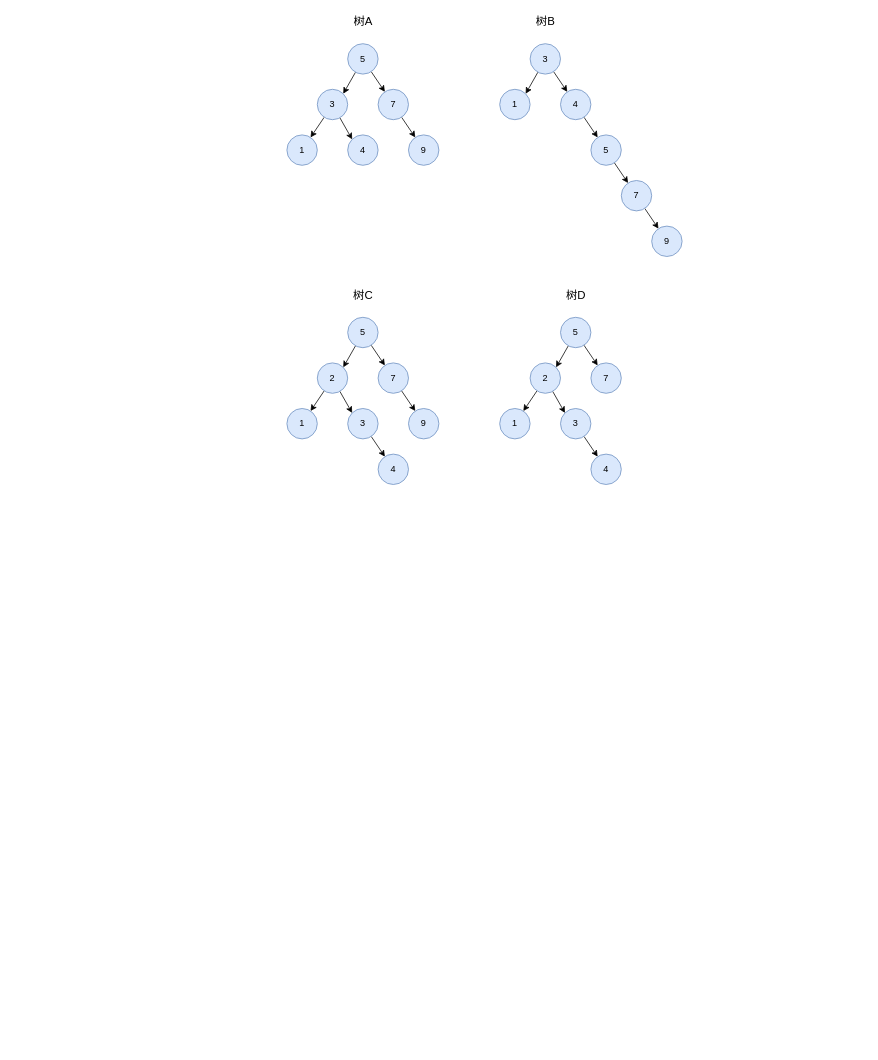
This is MySQL 的 B+Tree/MySQL 的 B+Tree.drawio from zero-97/picture-of-the-article, a draw.io file, before an edit. Source tidied: cells renumbered, new cells numbered last; positions are measured from the earlier drawing's top-left corner, leaving out a move shared by most shapes. Both pictures are drawn from the tidied source at 76%, with x=0, y=0 at pixel (287, 13).
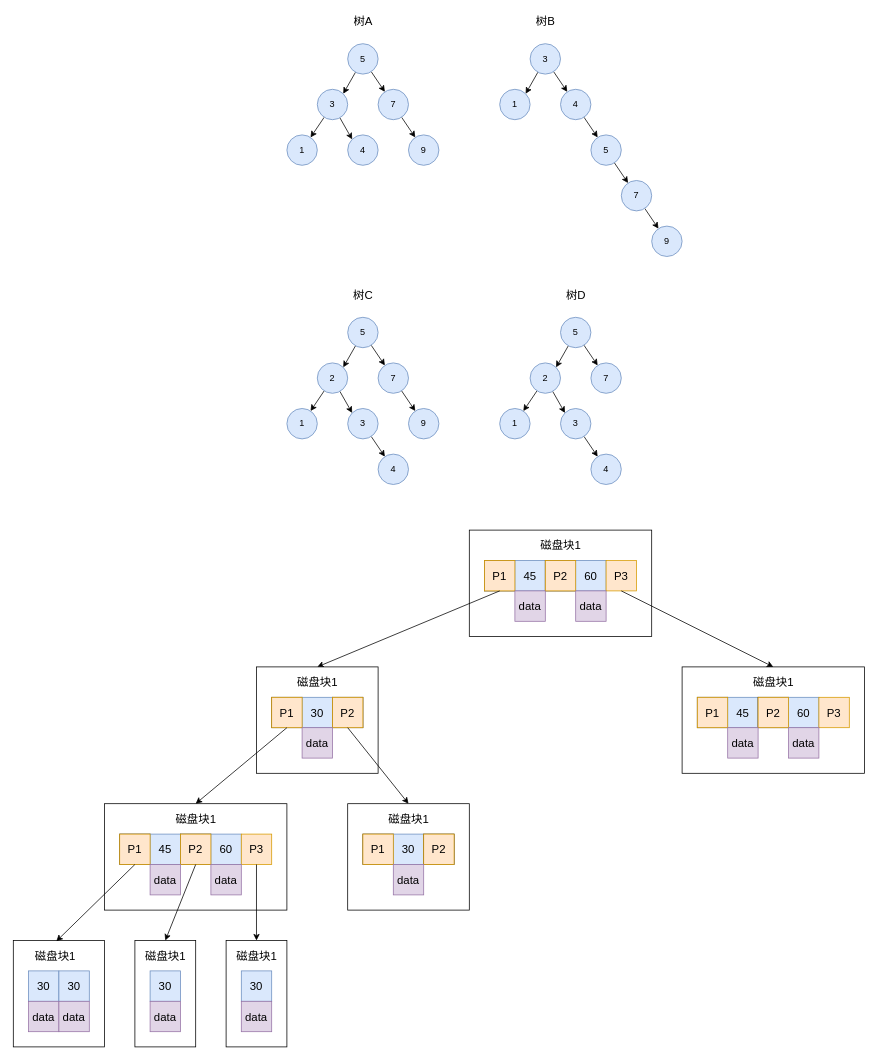
Above is the later version.

What changed in the source:
```diff
@@
+    <mxCell id="52" style="group;" parent="1" vertex="1">
+      <mxGeometry x="240" y="680" width="240" height="140" as="geometry" />
+    </mxCell>
+    <mxCell id="53" style="rounded=0;whiteSpace=wrap;html=1;fontSize=15;" parent="52" vertex="1">
+      <mxGeometry width="240" height="140" as="geometry" />
+    </mxCell>
+    <mxCell id="54" style="rounded=0;whiteSpace=wrap;html=1;fontSize=15;" parent="52" vertex="1">
+      <mxGeometry x="20" y="40" width="40" height="40" as="geometry" />
+    </mxCell>
+    <mxCell id="55" value="45" style="rounded=0;whiteSpace=wrap;html=1;fontSize=15;fillColor=#dae8fc;strokeColor=#6c8ebf;" parent="52" vertex="1">
+      <mxGeometry x="60" y="40" width="40" height="40" as="geometry" />
+    </mxCell>
+    <mxCell id="56" style="rounded=0;whiteSpace=wrap;html=1;fontSize=15;" parent="52" vertex="1">
+      <mxGeometry x="100" y="40" width="40" height="40" as="geometry" />
+    </mxCell>
+    <mxCell id="57" value="60" style="rounded=0;whiteSpace=wrap;html=1;fontSize=15;fillColor=#dae8fc;strokeColor=#6c8ebf;" parent="52" vertex="1">
+      <mxGeometry x="140" y="40" width="40" height="40" as="geometry" />
+    </mxCell>
+    <mxCell id="58" value="P3" style="rounded=0;whiteSpace=wrap;html=1;fontSize=15;fillColor=#ffe6cc;strokeColor=#d79b00;" parent="52" vertex="1">
+      <mxGeometry x="180" y="40" width="40" height="40" as="geometry" />
+    </mxCell>
+    <mxCell id="59" value="P1" style="rounded=0;whiteSpace=wrap;html=1;fontSize=15;fillColor=#ffe6cc;strokeColor=#d79b00;" parent="52" vertex="1">
+      <mxGeometry x="20" y="40" width="40" height="40" as="geometry" />
+    </mxCell>
+    <mxCell id="60" value="P2" style="rounded=0;whiteSpace=wrap;html=1;fontSize=15;fillColor=#ffe6cc;strokeColor=#d79b00;" parent="52" vertex="1">
+      <mxGeometry x="100" y="40" width="40" height="40" as="geometry" />
+    </mxCell>
+    <mxCell id="61" value="data" style="rounded=0;whiteSpace=wrap;html=1;fontSize=15;fillColor=#e1d5e7;strokeColor=#9673a6;" parent="52" vertex="1">
+      <mxGeometry x="140" y="80" width="40" height="40" as="geometry" />
+    </mxCell>
+    <mxCell id="62" value="data" style="rounded=0;whiteSpace=wrap;html=1;fontSize=15;fillColor=#e1d5e7;strokeColor=#9673a6;" parent="52" vertex="1">
+      <mxGeometry x="60" y="80" width="40" height="40" as="geometry" />
+    </mxCell>
+    <mxCell id="63" value="磁盘块1" style="text;html=1;align=center;verticalAlign=middle;strokeColor=none;fillColor=none;fontSize=15;" parent="52" vertex="1">
+      <mxGeometry x="85" y="10" width="70" height="20" as="geometry" />
+    </mxCell>
+    <mxCell id="64" style="group;" parent="1" vertex="1">
+      <mxGeometry x="520" y="860" width="240" height="140" as="geometry" />
+    </mxCell>
+    <mxCell id="65" style="rounded=0;whiteSpace=wrap;html=1;fontSize=15;" parent="64" vertex="1">
+      <mxGeometry width="240" height="140" as="geometry" />
+    </mxCell>
+    <mxCell id="66" style="rounded=0;whiteSpace=wrap;html=1;fontSize=15;" parent="64" vertex="1">
+      <mxGeometry x="20" y="40" width="40" height="40" as="geometry" />
+    </mxCell>
+    <mxCell id="67" value="45" style="rounded=0;whiteSpace=wrap;html=1;fontSize=15;fillColor=#dae8fc;strokeColor=#6c8ebf;" parent="64" vertex="1">
+      <mxGeometry x="60" y="40" width="40" height="40" as="geometry" />
+    </mxCell>
+    <mxCell id="68" style="rounded=0;whiteSpace=wrap;html=1;fontSize=15;" parent="64" vertex="1">
+      <mxGeometry x="100" y="40" width="40" height="40" as="geometry" />
+    </mxCell>
+    <mxCell id="69" value="60" style="rounded=0;whiteSpace=wrap;html=1;fontSize=15;fillColor=#dae8fc;strokeColor=#6c8ebf;" parent="64" vertex="1">
+      <mxGeometry x="140" y="40" width="40" height="40" as="geometry" />
+    </mxCell>
+    <mxCell id="70" value="P3" style="rounded=0;whiteSpace=wrap;html=1;fontSize=15;fillColor=#ffe6cc;strokeColor=#d79b00;" parent="64" vertex="1">
+      <mxGeometry x="180" y="40" width="40" height="40" as="geometry" />
+    </mxCell>
+    <mxCell id="71" value="P1" style="rounded=0;whiteSpace=wrap;html=1;fontSize=15;fillColor=#ffe6cc;strokeColor=#d79b00;" parent="64" vertex="1">
+      <mxGeometry x="20" y="40" width="40" height="40" as="geometry" />
+    </mxCell>
+    <mxCell id="72" value="P2" style="rounded=0;whiteSpace=wrap;html=1;fontSize=15;fillColor=#ffe6cc;strokeColor=#d79b00;" parent="64" vertex="1">
+      <mxGeometry x="100" y="40" width="40" height="40" as="geometry" />
+    </mxCell>
+    <mxCell id="73" value="data" style="rounded=0;whiteSpace=wrap;html=1;fontSize=15;fillColor=#e1d5e7;strokeColor=#9673a6;" parent="64" vertex="1">
+      <mxGeometry x="140" y="80" width="40" height="40" as="geometry" />
+    </mxCell>
+    <mxCell id="74" value="data" style="rounded=0;whiteSpace=wrap;html=1;fontSize=15;fillColor=#e1d5e7;strokeColor=#9673a6;" parent="64" vertex="1">
+      <mxGeometry x="60" y="80" width="40" height="40" as="geometry" />
+    </mxCell>
+    <mxCell id="75" value="磁盘块1" style="text;html=1;align=center;verticalAlign=middle;strokeColor=none;fillColor=none;fontSize=15;" parent="64" vertex="1">
+      <mxGeometry x="85" y="10" width="70" height="20" as="geometry" />
+    </mxCell>
+    <mxCell id="76" style="edgeStyle=none;rounded=0;jettySize=auto;html=1;entryX=0.5;entryY=0;entryDx=0;entryDy=0;fontSize=15;exitX=0.5;exitY=1;exitDx=0;exitDy=0;" parent="1" edge="1" source="59" target="79">
+      <mxGeometry relative="1" as="geometry" />
+    </mxCell>
+    <mxCell id="77" style="edgeStyle=none;rounded=0;jettySize=auto;html=1;entryX=0.5;entryY=0;entryDx=0;entryDy=0;fontSize=15;exitX=0.5;exitY=1;exitDx=0;exitDy=0;" parent="1" edge="1" source="58" target="65">
+      <mxGeometry relative="1" as="geometry" />
+    </mxCell>
+    <mxCell id="78" style="group;" parent="1" vertex="1">
+      <mxGeometry x="-40" y="860" width="160" height="140" as="geometry" />
+    </mxCell>
+    <mxCell id="79" style="rounded=0;whiteSpace=wrap;html=1;fontSize=15;" parent="78" vertex="1">
+      <mxGeometry width="160" height="140" as="geometry" />
+    </mxCell>
+    <mxCell id="80" style="rounded=0;whiteSpace=wrap;html=1;fontSize=15;" parent="78" vertex="1">
+      <mxGeometry x="20" y="40" width="40" height="40" as="geometry" />
+    </mxCell>
+    <mxCell id="81" value="30" style="rounded=0;whiteSpace=wrap;html=1;fontSize=15;fillColor=#dae8fc;strokeColor=#6c8ebf;" parent="78" vertex="1">
+      <mxGeometry x="60" y="40" width="40" height="40" as="geometry" />
+    </mxCell>
+    <mxCell id="82" style="rounded=0;whiteSpace=wrap;html=1;fontSize=15;" parent="78" vertex="1">
+      <mxGeometry x="100" y="40" width="40" height="40" as="geometry" />
+    </mxCell>
+    <mxCell id="83" value="P1" style="rounded=0;whiteSpace=wrap;html=1;fontSize=15;fillColor=#ffe6cc;strokeColor=#d79b00;" parent="78" vertex="1">
+      <mxGeometry x="20" y="40" width="40" height="40" as="geometry" />
+    </mxCell>
+    <mxCell id="84" value="P2" style="rounded=0;whiteSpace=wrap;html=1;fontSize=15;fillColor=#ffe6cc;strokeColor=#d79b00;" parent="78" vertex="1">
+      <mxGeometry x="100" y="40" width="40" height="40" as="geometry" />
+    </mxCell>
+    <mxCell id="85" value="data" style="rounded=0;whiteSpace=wrap;html=1;fontSize=15;fillColor=#e1d5e7;strokeColor=#9673a6;" parent="78" vertex="1">
+      <mxGeometry x="60" y="80" width="40" height="40" as="geometry" />
+    </mxCell>
+    <mxCell id="86" value="磁盘块1" style="text;html=1;align=center;verticalAlign=middle;strokeColor=none;fillColor=none;fontSize=15;" parent="78" vertex="1">
+      <mxGeometry x="45" y="10" width="70" height="20" as="geometry" />
+    </mxCell>
+    <mxCell id="87" style="group;" parent="1" vertex="1">
+      <mxGeometry x="-240" y="1040" width="240" height="140" as="geometry" />
+    </mxCell>
+    <mxCell id="88" style="rounded=0;whiteSpace=wrap;html=1;fontSize=15;" parent="87" vertex="1">
+      <mxGeometry width="240" height="140" as="geometry" />
+    </mxCell>
+    <mxCell id="89" style="rounded=0;whiteSpace=wrap;html=1;fontSize=15;" parent="87" vertex="1">
+      <mxGeometry x="20" y="40" width="40" height="40" as="geometry" />
+    </mxCell>
+    <mxCell id="90" value="45" style="rounded=0;whiteSpace=wrap;html=1;fontSize=15;fillColor=#dae8fc;strokeColor=#6c8ebf;" parent="87" vertex="1">
+      <mxGeometry x="60" y="40" width="40" height="40" as="geometry" />
+    </mxCell>
+    <mxCell id="91" style="rounded=0;whiteSpace=wrap;html=1;fontSize=15;" parent="87" vertex="1">
+      <mxGeometry x="100" y="40" width="40" height="40" as="geometry" />
+    </mxCell>
+    <mxCell id="92" value="60" style="rounded=0;whiteSpace=wrap;html=1;fontSize=15;fillColor=#dae8fc;strokeColor=#6c8ebf;" parent="87" vertex="1">
+      <mxGeometry x="140" y="40" width="40" height="40" as="geometry" />
+    </mxCell>
+    <mxCell id="93" value="P3" style="rounded=0;whiteSpace=wrap;html=1;fontSize=15;fillColor=#ffe6cc;strokeColor=#d79b00;" parent="87" vertex="1">
+      <mxGeometry x="180" y="40" width="40" height="40" as="geometry" />
+    </mxCell>
+    <mxCell id="94" value="P1" style="rounded=0;whiteSpace=wrap;html=1;fontSize=15;fillColor=#ffe6cc;strokeColor=#d79b00;" parent="87" vertex="1">
+      <mxGeometry x="20" y="40" width="40" height="40" as="geometry" />
+    </mxCell>
+    <mxCell id="95" value="P2" style="rounded=0;whiteSpace=wrap;html=1;fontSize=15;fillColor=#ffe6cc;strokeColor=#d79b00;" parent="87" vertex="1">
+      <mxGeometry x="100" y="40" width="40" height="40" as="geometry" />
+    </mxCell>
+    <mxCell id="96" value="data" style="rounded=0;whiteSpace=wrap;html=1;fontSize=15;fillColor=#e1d5e7;strokeColor=#9673a6;" parent="87" vertex="1">
+      <mxGeometry x="140" y="80" width="40" height="40" as="geometry" />
+    </mxCell>
+    <mxCell id="97" value="data" style="rounded=0;whiteSpace=wrap;html=1;fontSize=15;fillColor=#e1d5e7;strokeColor=#9673a6;" parent="87" vertex="1">
+      <mxGeometry x="60" y="80" width="40" height="40" as="geometry" />
+    </mxCell>
+    <mxCell id="98" value="磁盘块1" style="text;html=1;align=center;verticalAlign=middle;strokeColor=none;fillColor=none;fontSize=15;" parent="87" vertex="1">
+      <mxGeometry x="85" y="10" width="70" height="20" as="geometry" />
+    </mxCell>
+    <mxCell id="99" style="edgeStyle=none;rounded=0;jettySize=auto;html=1;entryX=0.5;entryY=0;entryDx=0;entryDy=0;fontSize=15;exitX=0.5;exitY=1;exitDx=0;exitDy=0;" parent="1" edge="1" source="83" target="88">
+      <mxGeometry relative="1" as="geometry" />
+    </mxCell>
+    <mxCell id="100" style="group;" parent="1" vertex="1">
+      <mxGeometry x="80" y="1040" width="160" height="140" as="geometry" />
+    </mxCell>
+    <mxCell id="101" style="rounded=0;whiteSpace=wrap;html=1;fontSize=15;" parent="100" vertex="1">
+      <mxGeometry width="160" height="140" as="geometry" />
+    </mxCell>
+    <mxCell id="102" style="rounded=0;whiteSpace=wrap;html=1;fontSize=15;" parent="100" vertex="1">
+      <mxGeometry x="20" y="40" width="40" height="40" as="geometry" />
+    </mxCell>
+    <mxCell id="103" value="30" style="rounded=0;whiteSpace=wrap;html=1;fontSize=15;fillColor=#dae8fc;strokeColor=#6c8ebf;" parent="100" vertex="1">
+      <mxGeometry x="60" y="40" width="40" height="40" as="geometry" />
+    </mxCell>
+    <mxCell id="104" style="rounded=0;whiteSpace=wrap;html=1;fontSize=15;" parent="100" vertex="1">
+      <mxGeometry x="100" y="40" width="40" height="40" as="geometry" />
+    </mxCell>
+    <mxCell id="105" value="P1" style="rounded=0;whiteSpace=wrap;html=1;fontSize=15;fillColor=#ffe6cc;strokeColor=#d79b00;" parent="100" vertex="1">
+      <mxGeometry x="20" y="40" width="40" height="40" as="geometry" />
+    </mxCell>
+    <mxCell id="106" value="P2" style="rounded=0;whiteSpace=wrap;html=1;fontSize=15;fillColor=#ffe6cc;strokeColor=#d79b00;" parent="100" vertex="1">
+      <mxGeometry x="100" y="40" width="40" height="40" as="geometry" />
+    </mxCell>
+    <mxCell id="107" value="data" style="rounded=0;whiteSpace=wrap;html=1;fontSize=15;fillColor=#e1d5e7;strokeColor=#9673a6;" parent="100" vertex="1">
+      <mxGeometry x="60" y="80" width="40" height="40" as="geometry" />
+    </mxCell>
+    <mxCell id="108" value="磁盘块1" style="text;html=1;align=center;verticalAlign=middle;strokeColor=none;fillColor=none;fontSize=15;" parent="100" vertex="1">
+      <mxGeometry x="45" y="10" width="70" height="20" as="geometry" />
+    </mxCell>
+    <mxCell id="109" style="edgeStyle=none;rounded=0;jettySize=auto;html=1;entryX=0.5;entryY=0;entryDx=0;entryDy=0;fontSize=15;exitX=0.5;exitY=1;exitDx=0;exitDy=0;" parent="1" edge="1" source="84" target="101">
+      <mxGeometry relative="1" as="geometry" />
+    </mxCell>
+    <mxCell id="110" style="group;" parent="1" vertex="1">
+      <mxGeometry x="-200" y="1220" width="80" height="140" as="geometry" />
+    </mxCell>
+    <mxCell id="111" style="rounded=0;whiteSpace=wrap;html=1;fontSize=15;" parent="110" vertex="1">
+      <mxGeometry width="80" height="140" as="geometry" />
+    </mxCell>
+    <mxCell id="112" value="30" style="rounded=0;whiteSpace=wrap;html=1;fontSize=15;fillColor=#dae8fc;strokeColor=#6c8ebf;" parent="110" vertex="1">
+      <mxGeometry x="20" y="40" width="40" height="40" as="geometry" />
+    </mxCell>
+    <mxCell id="113" value="data" style="rounded=0;whiteSpace=wrap;html=1;fontSize=15;fillColor=#e1d5e7;strokeColor=#9673a6;" parent="110" vertex="1">
+      <mxGeometry x="20" y="80" width="40" height="40" as="geometry" />
+    </mxCell>
+    <mxCell id="114" value="磁盘块1" style="text;html=1;align=center;verticalAlign=middle;strokeColor=none;fillColor=none;fontSize=15;" parent="110" vertex="1">
+      <mxGeometry x="5" y="10" width="70" height="20" as="geometry" />
+    </mxCell>
+    <mxCell id="115" style="group;" parent="1" vertex="1">
+      <mxGeometry x="-360" y="1220" width="120" height="140" as="geometry" />
+    </mxCell>
+    <mxCell id="116" style="rounded=0;whiteSpace=wrap;html=1;fontSize=15;" parent="115" vertex="1">
+      <mxGeometry width="120" height="140" as="geometry" />
+    </mxCell>
+    <mxCell id="117" value="30" style="rounded=0;whiteSpace=wrap;html=1;fontSize=15;fillColor=#dae8fc;strokeColor=#6c8ebf;" parent="115" vertex="1">
+      <mxGeometry x="20" y="40" width="40" height="40" as="geometry" />
+    </mxCell>
+    <mxCell id="118" value="data" style="rounded=0;whiteSpace=wrap;html=1;fontSize=15;fillColor=#e1d5e7;strokeColor=#9673a6;" parent="115" vertex="1">
+      <mxGeometry x="20" y="80" width="40" height="40" as="geometry" />
+    </mxCell>
+    <mxCell id="119" value="磁盘块1" style="text;html=1;align=center;verticalAlign=middle;strokeColor=none;fillColor=none;fontSize=15;" parent="115" vertex="1">
+      <mxGeometry x="20" y="10" width="70" height="20" as="geometry" />
+    </mxCell>
+    <mxCell id="120" value="30" style="rounded=0;whiteSpace=wrap;html=1;fontSize=15;fillColor=#dae8fc;strokeColor=#6c8ebf;" parent="115" vertex="1">
+      <mxGeometry x="60" y="40" width="40" height="40" as="geometry" />
+    </mxCell>
+    <mxCell id="121" value="data" style="rounded=0;whiteSpace=wrap;html=1;fontSize=15;fillColor=#e1d5e7;strokeColor=#9673a6;" parent="115" vertex="1">
+      <mxGeometry x="60" y="80" width="40" height="40" as="geometry" />
+    </mxCell>
+    <mxCell id="122" style="edgeStyle=none;rounded=0;jettySize=auto;html=1;entryX=0.472;entryY=0.007;entryDx=0;entryDy=0;entryPerimeter=0;fontSize=15;exitX=0.5;exitY=1;exitDx=0;exitDy=0;" parent="1" edge="1" source="94" target="116">
+      <mxGeometry relative="1" as="geometry" />
+    </mxCell>
+    <mxCell id="123" style="group;" parent="1" vertex="1">
+      <mxGeometry x="-80" y="1220" width="80" height="140" as="geometry" />
+    </mxCell>
+    <mxCell id="124" style="rounded=0;whiteSpace=wrap;html=1;fontSize=15;" parent="123" vertex="1">
+      <mxGeometry width="80" height="140" as="geometry" />
+    </mxCell>
+    <mxCell id="125" value="30" style="rounded=0;whiteSpace=wrap;html=1;fontSize=15;fillColor=#dae8fc;strokeColor=#6c8ebf;" parent="123" vertex="1">
+      <mxGeometry x="20" y="40" width="40" height="40" as="geometry" />
+    </mxCell>
+    <mxCell id="126" value="data" style="rounded=0;whiteSpace=wrap;html=1;fontSize=15;fillColor=#e1d5e7;strokeColor=#9673a6;" parent="123" vertex="1">
+      <mxGeometry x="20" y="80" width="40" height="40" as="geometry" />
+    </mxCell>
+    <mxCell id="127" value="磁盘块1" style="text;html=1;align=center;verticalAlign=middle;strokeColor=none;fillColor=none;fontSize=15;" parent="123" vertex="1">
+      <mxGeometry x="5" y="10" width="70" height="20" as="geometry" />
+    </mxCell>
+    <mxCell id="128" style="edgeStyle=none;rounded=0;jettySize=auto;html=1;entryX=0.5;entryY=0;entryDx=0;entryDy=0;fontSize=15;exitX=0.5;exitY=1;exitDx=0;exitDy=0;" parent="1" edge="1" source="95" target="111">
+      <mxGeometry relative="1" as="geometry" />
+    </mxCell>
+    <mxCell id="129" style="edgeStyle=none;rounded=0;jettySize=auto;html=1;entryX=0.5;entryY=0;entryDx=0;entryDy=0;fontSize=15;exitX=0.5;exitY=1;exitDx=0;exitDy=0;" parent="1" edge="1" source="93" target="124">
+      <mxGeometry relative="1" as="geometry" />
+    </mxCell>
```
